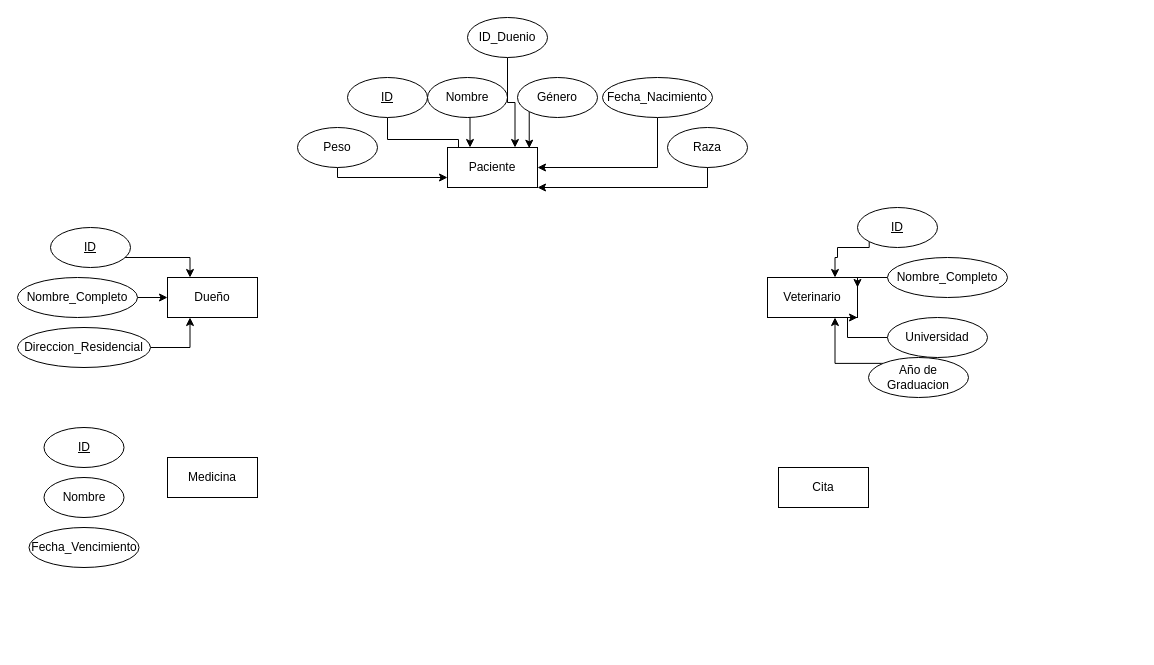
Earlier version of the draw.io diagram Diagrama sin título.drawio (ItsLesterz/LINUX). Source tidied: cells renumbered, new cells numbered last; positions are measured from the earlier drawing's top-left corner, leaving out a move shared by most shapes. Both pictures are drawn from the tidied source at 100%, with x=0, y=0 at pixel (17, 17).
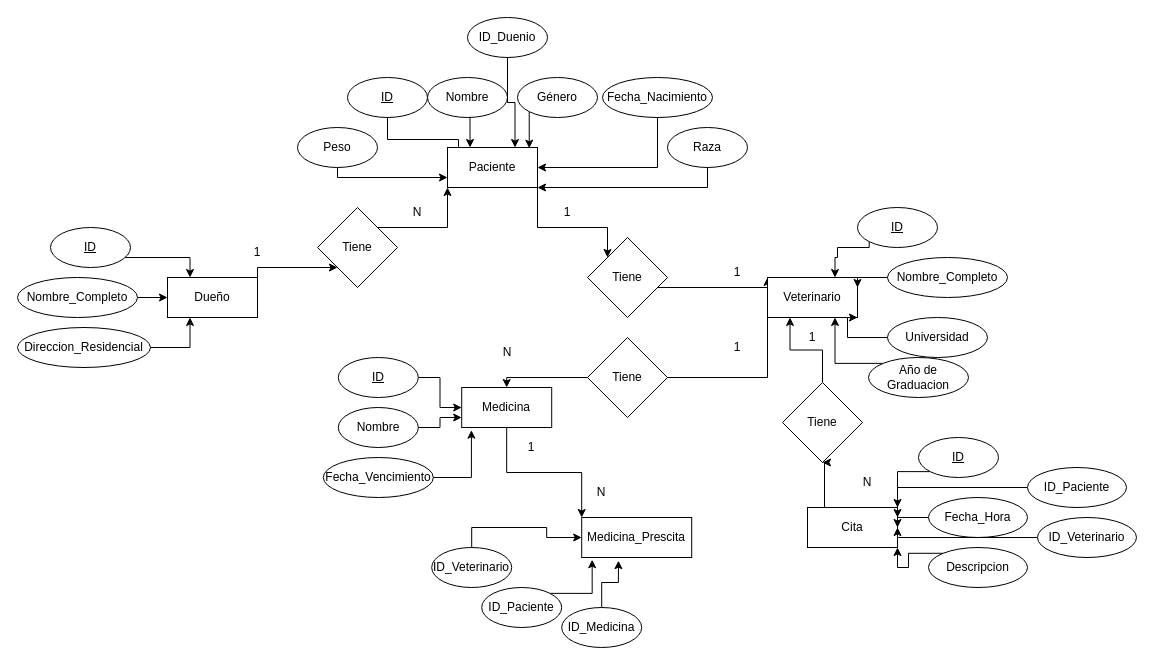
The same page after the edit.

The change refers to these unchanged cells:
```xml
<mxCell id="14" value="Paciente" style="rounded=0;whiteSpace=wrap;html=1;" parent="1" vertex="1">
  <mxGeometry x="430" y="130" width="90" height="40" as="geometry" />
</mxCell>
<mxCell id="15" value="Dueño" style="rounded=0;whiteSpace=wrap;html=1;" parent="1" vertex="1">
  <mxGeometry x="150" y="260" width="90" height="40" as="geometry" />
</mxCell>
<mxCell id="24" value="Veterinario" style="rounded=0;whiteSpace=wrap;html=1;" parent="1" vertex="1">
  <mxGeometry x="750" y="260" width="90" height="40" as="geometry" />
</mxCell>
```

What changed in the source:
```diff
@@
+    <mxCell id="38" style="edgeStyle=orthogonalEdgeStyle;rounded=0;jettySize=auto;html=1;exitX=1;exitY=1;exitDx=0;exitDy=0;entryX=0;entryY=0;entryDx=0;entryDy=0;" parent="1" edge="1" source="49" target="24">
+      <mxGeometry relative="1" as="geometry">
+        <Array as="points">
+          <mxPoint x="750" y="270" />
+        </Array>
+      </mxGeometry>
+    </mxCell>
@@
+    <mxCell id="39" style="edgeStyle=orthogonalEdgeStyle;rounded=0;jettySize=auto;html=1;exitX=1;exitY=0;exitDx=0;exitDy=0;entryX=0;entryY=1;entryDx=0;entryDy=0;" parent="1" edge="1" source="47" target="14">
+      <mxGeometry relative="1" as="geometry" />
+    </mxCell>
@@
+    <mxCell id="40" style="edgeStyle=orthogonalEdgeStyle;rounded=0;jettySize=auto;html=1;exitX=0;exitY=1;exitDx=0;exitDy=0;entryX=0.5;entryY=0;entryDx=0;entryDy=0;" parent="1" edge="1" source="76" target="34">
+      <mxGeometry relative="1" as="geometry">
+        <Array as="points">
+          <mxPoint x="489" y="360" />
+        </Array>
+      </mxGeometry>
+    </mxCell>
@@
+    <mxCell id="41" style="edgeStyle=orthogonalEdgeStyle;rounded=0;jettySize=auto;html=1;exitX=0.5;exitY=0;exitDx=0;exitDy=0;entryX=0.25;entryY=1;entryDx=0;entryDy=0;" parent="1" edge="1" source="65" target="24">
+      <mxGeometry relative="1" as="geometry" />
+    </mxCell>
     <mxCell id="33" value="Cita" style="rounded=0;whiteSpace=wrap;html=1;" parent="1" vertex="1">
-      <mxGeometry x="761" y="450" width="90" height="40" as="geometry" />
+      <mxGeometry x="790" y="490" width="90" height="40" as="geometry" />
     </mxCell>
+    <mxCell id="42" style="edgeStyle=orthogonalEdgeStyle;rounded=0;jettySize=auto;html=1;exitX=0.5;exitY=1;exitDx=0;exitDy=0;entryX=0;entryY=0;entryDx=0;entryDy=0;" parent="1" edge="1" source="34" target="68">
+      <mxGeometry relative="1" as="geometry" />
+    </mxCell>
     <mxCell id="34" value="Medicina" style="rounded=0;whiteSpace=wrap;html=1;" parent="1" vertex="1">
-      <mxGeometry x="150" y="440" width="90" height="40" as="geometry" />
+      <mxGeometry x="444.2" y="370" width="90" height="40" as="geometry" />
     </mxCell>
+    <mxCell id="43" style="edgeStyle=orthogonalEdgeStyle;rounded=0;jettySize=auto;html=1;exitX=1;exitY=0.5;exitDx=0;exitDy=0;entryX=0;entryY=0.5;entryDx=0;entryDy=0;" parent="1" edge="1" source="35" target="34">
+      <mxGeometry relative="1" as="geometry" />
+    </mxCell>
     <mxCell id="35" value="&lt;u&gt;ID&lt;/u&gt;" style="ellipse;whiteSpace=wrap;html=1;" parent="1" vertex="1">
-      <mxGeometry x="26.5" y="410" width="80" height="40" as="geometry" />
+      <mxGeometry x="320.8" y="340" width="80" height="40" as="geometry" />
     </mxCell>
+    <mxCell id="44" style="edgeStyle=orthogonalEdgeStyle;rounded=0;jettySize=auto;html=1;exitX=1;exitY=0.5;exitDx=0;exitDy=0;entryX=0;entryY=0.75;entryDx=0;entryDy=0;" parent="1" edge="1" source="36" target="34">
+      <mxGeometry relative="1" as="geometry" />
+    </mxCell>
     <mxCell id="36" value="Nombre" style="ellipse;whiteSpace=wrap;html=1;" parent="1" vertex="1">
-      <mxGeometry x="26.5" y="460" width="80" height="40" as="geometry" />
+      <mxGeometry x="320.8" y="390" width="80" height="40" as="geometry" />
     </mxCell>
+    <mxCell id="45" style="edgeStyle=orthogonalEdgeStyle;rounded=0;jettySize=auto;html=1;exitX=1;exitY=0.5;exitDx=0;exitDy=0;entryX=0.108;entryY=1.068;entryDx=0;entryDy=0;entryPerimeter=0;" parent="1" edge="1" source="37" target="34">
+      <mxGeometry relative="1" as="geometry" />
+    </mxCell>
     <mxCell id="37" value="Fecha_Vencimiento" style="ellipse;whiteSpace=wrap;html=1;" parent="1" vertex="1">
-      <mxGeometry x="11.5" y="510" width="110" height="40" as="geometry" />
+      <mxGeometry x="305.8" y="440" width="110" height="40" as="geometry" />
     </mxCell>
+    <mxCell id="46" style="edgeStyle=orthogonalEdgeStyle;rounded=0;jettySize=auto;html=1;exitX=1;exitY=0;exitDx=0;exitDy=0;entryX=0;entryY=1;entryDx=0;entryDy=0;" parent="1" edge="1" source="15" target="47">
+      <mxGeometry relative="1" as="geometry">
+        <Array as="points">
+          <mxPoint x="240" y="250" />
+        </Array>
+      </mxGeometry>
+    </mxCell>
+    <mxCell id="47" value="Tiene" style="rhombus;whiteSpace=wrap;html=1;" parent="1" vertex="1">
+      <mxGeometry x="300" y="190" width="80" height="80" as="geometry" />
+    </mxCell>
+    <mxCell id="48" style="edgeStyle=orthogonalEdgeStyle;rounded=0;jettySize=auto;html=1;exitX=1;exitY=1;exitDx=0;exitDy=0;entryX=0;entryY=0;entryDx=0;entryDy=0;" parent="1" edge="1" source="14" target="49">
+      <mxGeometry relative="1" as="geometry">
+        <Array as="points">
+          <mxPoint x="520" y="210" />
+          <mxPoint x="590" y="210" />
+        </Array>
+      </mxGeometry>
+    </mxCell>
+    <mxCell id="49" value="Tiene" style="rhombus;whiteSpace=wrap;html=1;" parent="1" vertex="1">
+      <mxGeometry x="570" y="220" width="80" height="80" as="geometry" />
+    </mxCell>
+    <mxCell id="50" value="1" style="text;html=1;strokeColor=none;fillColor=none;align=center;verticalAlign=middle;whiteSpace=wrap;rounded=0;" parent="1" vertex="1">
+      <mxGeometry x="210" y="220" width="60" height="30" as="geometry" />
+    </mxCell>
+    <mxCell id="51" value="N" style="text;html=1;strokeColor=none;fillColor=none;align=center;verticalAlign=middle;whiteSpace=wrap;rounded=0;" parent="1" vertex="1">
+      <mxGeometry x="370" y="180" width="60" height="30" as="geometry" />
+    </mxCell>
+    <mxCell id="52" style="edgeStyle=orthogonalEdgeStyle;rounded=0;jettySize=auto;html=1;exitX=0;exitY=1;exitDx=0;exitDy=0;entryX=1;entryY=0;entryDx=0;entryDy=0;" parent="1" edge="1" source="53" target="33">
+      <mxGeometry relative="1" as="geometry" />
+    </mxCell>
+    <mxCell id="53" value="&lt;u&gt;ID&lt;/u&gt;" style="ellipse;whiteSpace=wrap;html=1;" parent="1" vertex="1">
+      <mxGeometry x="901" y="420" width="80" height="40" as="geometry" />
+    </mxCell>
+    <mxCell id="54" style="edgeStyle=orthogonalEdgeStyle;rounded=0;jettySize=auto;html=1;exitX=0;exitY=0.5;exitDx=0;exitDy=0;entryX=1;entryY=0.5;entryDx=0;entryDy=0;" parent="1" edge="1" source="55" target="33">
+      <mxGeometry relative="1" as="geometry" />
+    </mxCell>
+    <mxCell id="55" value="Fecha_Hora" style="ellipse;whiteSpace=wrap;html=1;" parent="1" vertex="1">
+      <mxGeometry x="911" y="480" width="99" height="40" as="geometry" />
+    </mxCell>
+    <mxCell id="56" style="edgeStyle=orthogonalEdgeStyle;rounded=0;jettySize=auto;html=1;exitX=0;exitY=0;exitDx=0;exitDy=0;entryX=1;entryY=1;entryDx=0;entryDy=0;" parent="1" edge="1" source="57" target="33">
+      <mxGeometry relative="1" as="geometry" />
+    </mxCell>
+    <mxCell id="57" value="Descripcion" style="ellipse;whiteSpace=wrap;html=1;" parent="1" vertex="1">
+      <mxGeometry x="911" y="530" width="99" height="40" as="geometry" />
+    </mxCell>
+    <mxCell id="58" style="edgeStyle=orthogonalEdgeStyle;rounded=0;jettySize=auto;html=1;exitX=0;exitY=0.5;exitDx=0;exitDy=0;entryX=1;entryY=0.25;entryDx=0;entryDy=0;" parent="1" edge="1" source="59" target="33">
+      <mxGeometry relative="1" as="geometry">
+        <Array as="points">
+          <mxPoint x="880" y="470" />
+        </Array>
+      </mxGeometry>
+    </mxCell>
+    <mxCell id="59" value="ID_Paciente" style="ellipse;whiteSpace=wrap;html=1;" parent="1" vertex="1">
+      <mxGeometry x="1010" y="450" width="99" height="40" as="geometry" />
+    </mxCell>
+    <mxCell id="60" style="edgeStyle=orthogonalEdgeStyle;rounded=0;jettySize=auto;html=1;exitX=0;exitY=0.5;exitDx=0;exitDy=0;entryX=1;entryY=0.5;entryDx=0;entryDy=0;" parent="1" edge="1" source="61" target="33">
+      <mxGeometry relative="1" as="geometry">
+        <Array as="points">
+          <mxPoint x="880" y="520" />
+        </Array>
+      </mxGeometry>
+    </mxCell>
+    <mxCell id="61" value="ID_Veterinario" style="ellipse;whiteSpace=wrap;html=1;" parent="1" vertex="1">
+      <mxGeometry x="1020" y="500" width="99" height="40" as="geometry" />
+    </mxCell>
+    <mxCell id="62" value="1" style="text;html=1;strokeColor=none;fillColor=none;align=center;verticalAlign=middle;whiteSpace=wrap;rounded=0;" parent="1" vertex="1">
+      <mxGeometry x="520" y="180" width="60" height="30" as="geometry" />
+    </mxCell>
+    <mxCell id="63" value="1" style="text;html=1;strokeColor=none;fillColor=none;align=center;verticalAlign=middle;whiteSpace=wrap;rounded=0;" parent="1" vertex="1">
+      <mxGeometry x="690" y="240" width="60" height="30" as="geometry" />
+    </mxCell>
+    <mxCell id="64" style="edgeStyle=orthogonalEdgeStyle;rounded=0;jettySize=auto;html=1;exitX=0.5;exitY=0;exitDx=0;exitDy=0;entryX=0.5;entryY=1;entryDx=0;entryDy=0;" parent="1" edge="1" source="33" target="65">
+      <mxGeometry relative="1" as="geometry">
+        <Array as="points">
+          <mxPoint x="807" y="490" />
+          <mxPoint x="807" y="445" />
+        </Array>
+      </mxGeometry>
+    </mxCell>
+    <mxCell id="65" value="Tiene" style="rhombus;whiteSpace=wrap;html=1;" parent="1" vertex="1">
+      <mxGeometry x="765" y="365" width="80" height="80" as="geometry" />
+    </mxCell>
+    <mxCell id="66" value="N" style="text;html=1;strokeColor=none;fillColor=none;align=center;verticalAlign=middle;whiteSpace=wrap;rounded=0;" parent="1" vertex="1">
+      <mxGeometry x="820" y="450" width="60" height="30" as="geometry" />
+    </mxCell>
+    <mxCell id="67" value="1" style="text;html=1;strokeColor=none;fillColor=none;align=center;verticalAlign=middle;whiteSpace=wrap;rounded=0;" parent="1" vertex="1">
+      <mxGeometry x="765" y="305" width="60" height="30" as="geometry" />
+    </mxCell>
+    <mxCell id="68" value="Medicina_Prescita" style="rounded=0;whiteSpace=wrap;html=1;" parent="1" vertex="1">
+      <mxGeometry x="564.2" y="500" width="110" height="40" as="geometry" />
+    </mxCell>
+    <mxCell id="69" style="edgeStyle=orthogonalEdgeStyle;rounded=0;jettySize=auto;html=1;exitX=0.5;exitY=0;exitDx=0;exitDy=0;entryX=0;entryY=0.5;entryDx=0;entryDy=0;" parent="1" edge="1" source="70" target="68">
+      <mxGeometry relative="1" as="geometry" />
+    </mxCell>
+    <mxCell id="70" value="ID_Veterinario" style="ellipse;whiteSpace=wrap;html=1;" parent="1" vertex="1">
+      <mxGeometry x="414.2" y="530" width="80" height="40" as="geometry" />
+    </mxCell>
+    <mxCell id="71" style="edgeStyle=orthogonalEdgeStyle;rounded=0;jettySize=auto;html=1;exitX=1;exitY=0;exitDx=0;exitDy=0;entryX=0.095;entryY=1.056;entryDx=0;entryDy=0;entryPerimeter=0;" parent="1" edge="1" source="72" target="68">
+      <mxGeometry relative="1" as="geometry" />
+    </mxCell>
+    <mxCell id="72" value="ID_Paciente" style="ellipse;whiteSpace=wrap;html=1;" parent="1" vertex="1">
+      <mxGeometry x="464.2" y="570" width="80" height="40" as="geometry" />
+    </mxCell>
+    <mxCell id="73" style="edgeStyle=orthogonalEdgeStyle;rounded=0;jettySize=auto;html=1;exitX=0.5;exitY=0;exitDx=0;exitDy=0;entryX=0.334;entryY=1.079;entryDx=0;entryDy=0;entryPerimeter=0;" parent="1" edge="1" source="74" target="68">
+      <mxGeometry relative="1" as="geometry" />
+    </mxCell>
+    <mxCell id="74" value="ID_Medicina" style="ellipse;whiteSpace=wrap;html=1;" parent="1" vertex="1">
+      <mxGeometry x="544.2" y="590" width="80" height="40" as="geometry" />
+    </mxCell>
+    <mxCell id="75" style="edgeStyle=orthogonalEdgeStyle;rounded=0;jettySize=auto;html=1;exitX=0;exitY=1;exitDx=0;exitDy=0;entryX=0.5;entryY=0;entryDx=0;entryDy=0;" parent="1" edge="1" source="24" target="76">
+      <mxGeometry relative="1" as="geometry">
+        <Array as="points">
+          <mxPoint x="750" y="360" />
+        </Array>
+      </mxGeometry>
+    </mxCell>
+    <mxCell id="76" value="Tiene" style="rhombus;whiteSpace=wrap;html=1;" parent="1" vertex="1">
+      <mxGeometry x="570" y="320" width="80" height="80" as="geometry" />
+    </mxCell>
+    <mxCell id="77" value="1" style="text;html=1;strokeColor=none;fillColor=none;align=center;verticalAlign=middle;whiteSpace=wrap;rounded=0;" parent="1" vertex="1">
+      <mxGeometry x="690" y="315" width="60" height="30" as="geometry" />
+    </mxCell>
+    <mxCell id="78" value="N" style="text;html=1;strokeColor=none;fillColor=none;align=center;verticalAlign=middle;whiteSpace=wrap;rounded=0;" parent="1" vertex="1">
+      <mxGeometry x="460" y="320" width="60" height="30" as="geometry" />
+    </mxCell>
+    <mxCell id="79" value="1" style="text;html=1;strokeColor=none;fillColor=none;align=center;verticalAlign=middle;whiteSpace=wrap;rounded=0;" parent="1" vertex="1">
+      <mxGeometry x="484.2" y="415" width="60" height="30" as="geometry" />
+    </mxCell>
+    <mxCell id="80" value="N" style="text;html=1;strokeColor=none;fillColor=none;align=center;verticalAlign=middle;whiteSpace=wrap;rounded=0;" parent="1" vertex="1">
+      <mxGeometry x="554.2" y="460" width="60" height="30" as="geometry" />
+    </mxCell>
```
